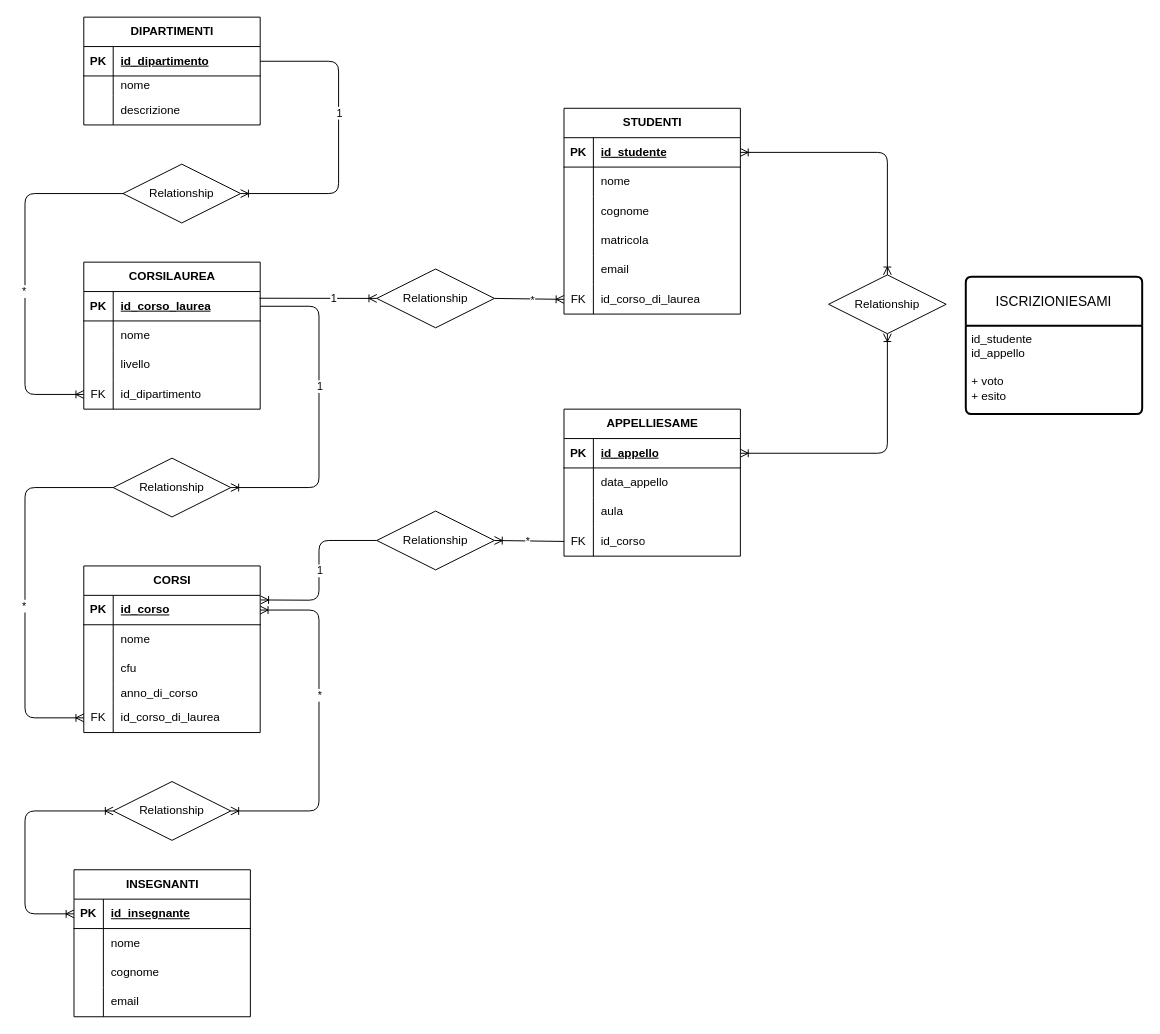
Before: university.dio in Michecosa/db-university, a draw.io diagram. Source tidied: cells renumbered, new cells numbered last; positions are measured from the earlier drawing's top-left corner, leaving out a move shared by most shapes. Both pictures are drawn from the tidied source at 98%, with x=0, y=0 at pixel (24, 17).
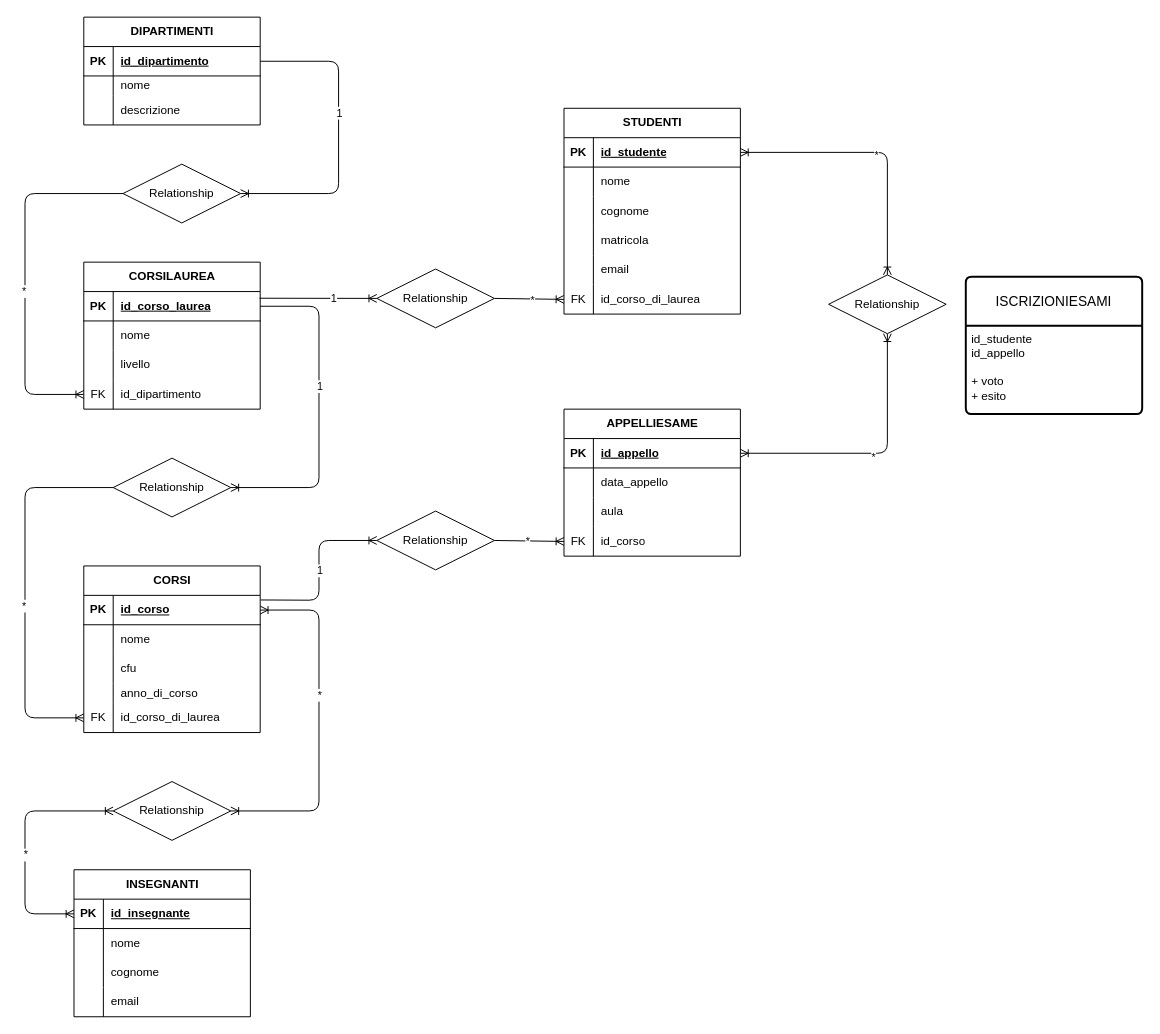
Above is the later version.

Commit message (it also covers changes not shown here):
Adjust graph details

Unchanged cells that the change refers to:
```xml
<mxCell id="26" style="shape=tableRow;horizontal=0;startSize=0;swimlaneHead=0;swimlaneBody=0;fillColor=none;points=[[0,0.5],[1,0.5]];portConstraint=eastwest;top=0;left=0;right=0;bottom=1;" parent="25" vertex="1">
  <mxGeometry y="30" width="180" height="30" as="geometry" />
</mxCell>
<mxCell id="64" style="shape=tableRow;horizontal=0;startSize=0;swimlaneHead=0;swimlaneBody=0;fillColor=none;points=[[0,0.5],[1,0.5]];portConstraint=eastwest;top=0;left=0;right=0;bottom=0;" parent="54" vertex="1">
  <mxGeometry y="120" width="180" height="30" as="geometry" />
</mxCell>
<mxCell id="96" style="edgeStyle=none;html=1;exitX=0;exitY=0.5;exitDx=0;exitDy=0;entryX=0;entryY=0.5;entryDx=0;entryDy=0;endArrow=ERoneToMany;endFill=0;startArrow=ERoneToMany;startFill=0;" parent="1" edge="1" source="97" target="42">
  <mxGeometry relative="1" as="geometry">
    <Array as="points">
      <mxPoint y="810" />
      <mxPoint y="915" />
    </Array>
  </mxGeometry>
</mxCell>
<mxCell id="104" value="Relationship" style="shape=rhombus;perimeter=rhombusPerimeter;whiteSpace=wrap;html=1;align=center;" parent="1" vertex="1">
  <mxGeometry x="359" y="504" width="120" height="60" as="geometry" />
</mxCell>
<mxCell id="110" style="edgeStyle=none;html=1;exitX=1;exitY=0.5;exitDx=0;exitDy=0;entryX=0.5;entryY=0;entryDx=0;entryDy=0;startArrow=ERoneToMany;startFill=0;endArrow=ERoneToMany;endFill=0;" parent="1" edge="1" source="68" target="112">
  <mxGeometry relative="1" as="geometry">
    <Array as="points">
      <mxPoint x="880" y="138" />
    </Array>
  </mxGeometry>
</mxCell>
<mxCell id="111" style="edgeStyle=none;html=1;exitX=0.5;exitY=1;exitDx=0;exitDy=0;entryX=1;entryY=0.5;entryDx=0;entryDy=0;startArrow=ERoneToMany;startFill=0;endArrow=ERoneToMany;endFill=0;" parent="1" edge="1" source="112" target="55">
  <mxGeometry relative="1" as="geometry">
    <Array as="points">
      <mxPoint x="880" y="445" />
    </Array>
  </mxGeometry>
</mxCell>
```

Change to the diagram source:
```diff
@@
+    <mxCell id="115" value="*" style="edgeLabel;html=1;align=center;verticalAlign=middle;" parent="96" vertex="1">
+      <mxGeometry x="0.09" y="-3" relative="1" as="geometry">
+        <mxPoint x="3" as="offset" />
+      </mxGeometry>
+    </mxCell>
@@
-    <mxCell id="100" style="edgeStyle=none;html=1;exitX=1;exitY=0.5;exitDx=0;exitDy=0;entryX=0;entryY=0.5;entryDx=0;entryDy=0;endArrow=none;endFill=0;startArrow=ERoneToMany;startFill=0;" parent="1" edge="1" source="104" target="64">
+    <mxCell id="100" style="edgeStyle=none;html=1;exitX=1;exitY=0.5;exitDx=0;exitDy=0;entryX=0;entryY=0.5;entryDx=0;entryDy=0;endArrow=ERoneToMany;endFill=0;startArrow=none;startFill=0;" parent="1" edge="1" source="104" target="64">
       <mxGeometry relative="1" as="geometry" />
     </mxCell>
@@
-    <mxCell id="102" style="edgeStyle=none;html=1;exitX=1.003;exitY=0.157;exitDx=0;exitDy=0;entryX=0;entryY=0.5;entryDx=0;entryDy=0;exitPerimeter=0;endArrow=none;endFill=0;startArrow=ERoneToMany;startFill=0;" parent="1" edge="1" source="26" target="104">
+    <mxCell id="102" style="edgeStyle=none;html=1;exitX=1.003;exitY=0.157;exitDx=0;exitDy=0;entryX=0;entryY=0.5;entryDx=0;entryDy=0;exitPerimeter=0;endArrow=ERoneToMany;endFill=0;startArrow=none;startFill=0;" parent="1" edge="1" source="26" target="104">
       <mxGeometry relative="1" as="geometry">
         <Array as="points">
           <mxPoint x="300" y="595" />
           <mxPoint x="300" y="534" />
         </Array>
       </mxGeometry>
     </mxCell>
@@
+    <mxCell id="116" value="*" style="edgeLabel;html=1;align=center;verticalAlign=middle;" parent="110" vertex="1">
+      <mxGeometry y="-2" relative="1" as="geometry" />
+    </mxCell>
@@
+    <mxCell id="117" value="*" style="edgeLabel;html=1;align=center;verticalAlign=middle;" parent="111" vertex="1">
+      <mxGeometry x="0.01" y="3" relative="1" as="geometry" />
+    </mxCell>
```
